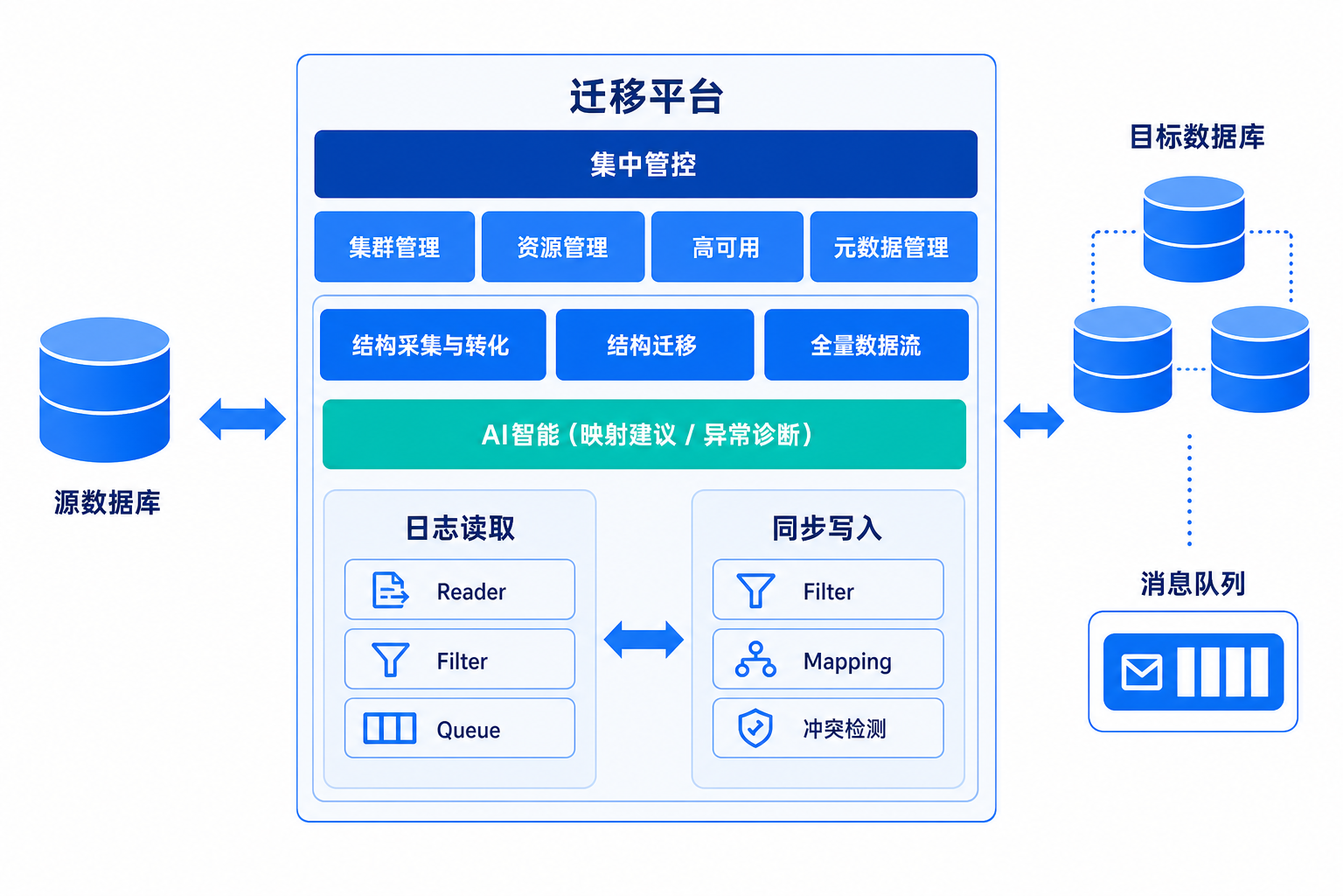
Above: doc/images/fig3-1-logical-architecture.png in program231/design (Mermaid), before the change. Its source is kept beside it as doc/diagrams/fig3-1-logical-architecture.mmd.
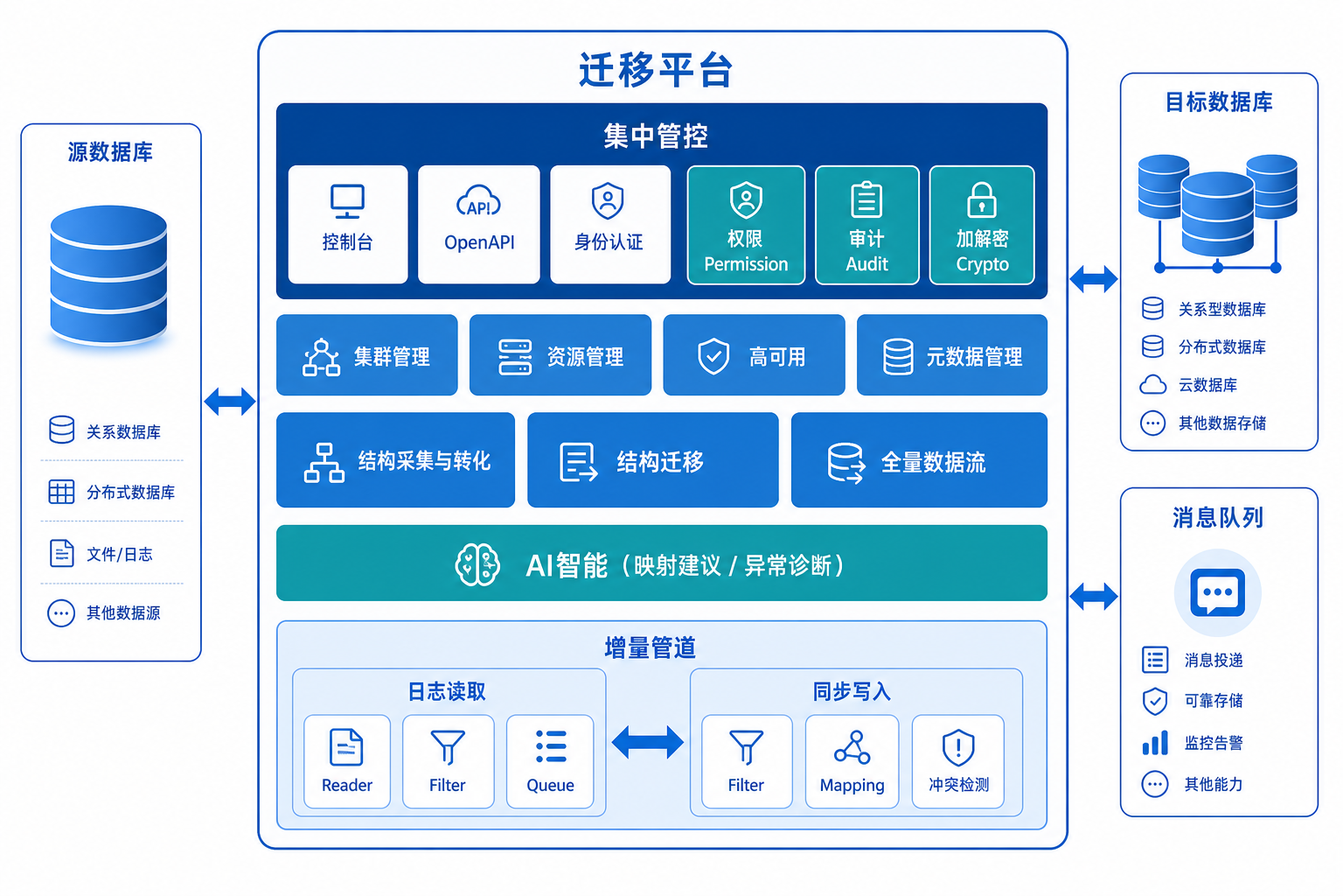
Later version of the same file.

The edit, as a diff of the source:
```diff
@@ -1,48 +1,38 @@
 flowchart LR
-    Source[(源数据库)]
+    SourceDB[(源数据库)]
 
     subgraph platform [迁移平台]
         direction TB
-        Ctrl[集中管控]
-
+        subgraph control [集中管控]
+            Console[控制台]
+            OpenAPI[OpenAPI]
+            Auth[身份认证]
+            Perm[权限 Permission]
+            Audit[审计 Audit]
+            Crypto[加解密 Crypto]
+        end
         subgraph base [基础服务]
             CM[集群管理]
             RM[资源管理]
             HA[高可用]
             Meta[元数据管理]
         end
-
-        subgraph structFull [结构与全量]
+        subgraph full [结构与全量]
             Collect[结构采集与转化]
             SchemaMig[结构迁移]
             FullFlow[全量数据流]
         end
-
-        subgraph incrRead [日志读取]
-            Reader[Reader]
-            Filter1[Filter]
-            Queue[Queue]
+        AI[AI智能_映射建议与异常诊断]
+        subgraph incr [增量管道]
+            LogRead[日志读取_Reader_Filter_Queue]
+            SyncWrite[同步写入_Filter_Mapping_冲突检测]
+            LogRead <--> SyncWrite
         end
-
-        subgraph incrWrite [同步写入]
-            Filter2[Filter]
-            Mapping[Mapping]
-            Conflict[冲突检测]
-        end
-
-        AI[AI智能<br/>映射建议与异常诊断]
-
-        Ctrl --> base
-        base --> structFull
-        structFull --> incrRead
-        incrRead <--> incrWrite
-        AI -.-> Collect
-        AI -.-> Conflict
     end
 
-    Target[(目标数据库)]
+    TargetDB[(目标数据库)]
     MQ[消息队列]
 
-    Source --> platform
-    platform --> Target
+    SourceDB <--> platform
+    platform <--> TargetDB
     platform --> MQ
```
